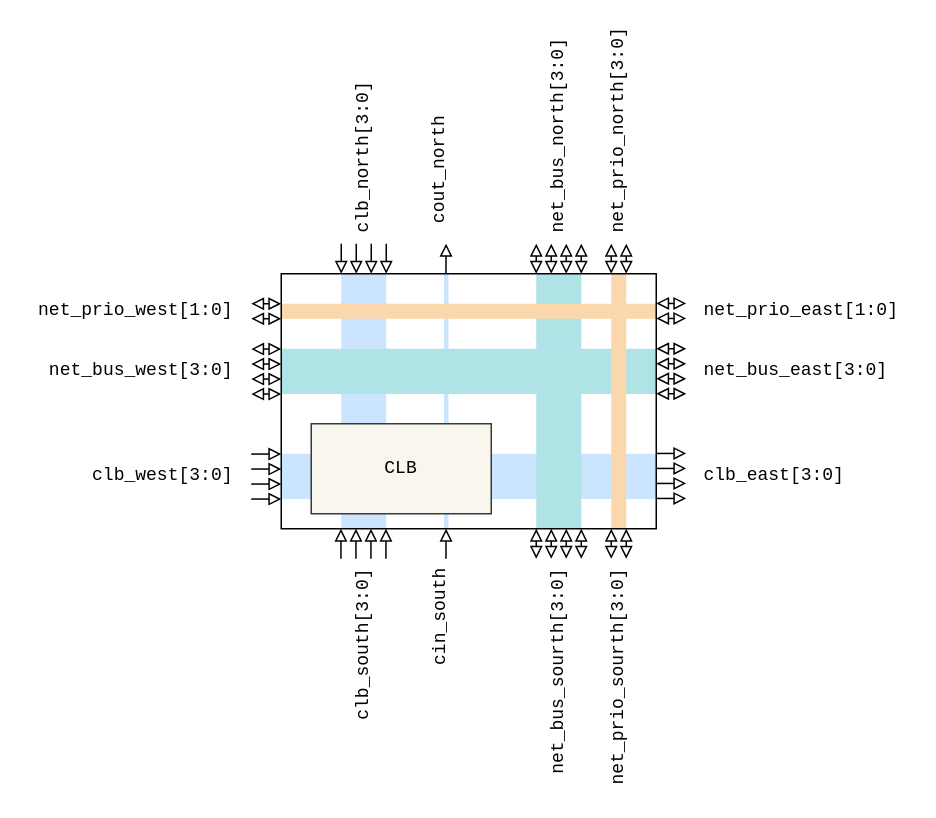
mnemocron/my-discrete-fpga keeps this draw.io diagram as architecture/slice_top_level.drawio. Above is the earlier version. Source tidied: cells renumbered, new cells numbered last; positions are measured from the earlier drawing's top-left corner, leaving out a move shared by most shapes. Both pictures are drawn from the tidied source at 150%, with x=0, y=0 at pixel (26, 116).
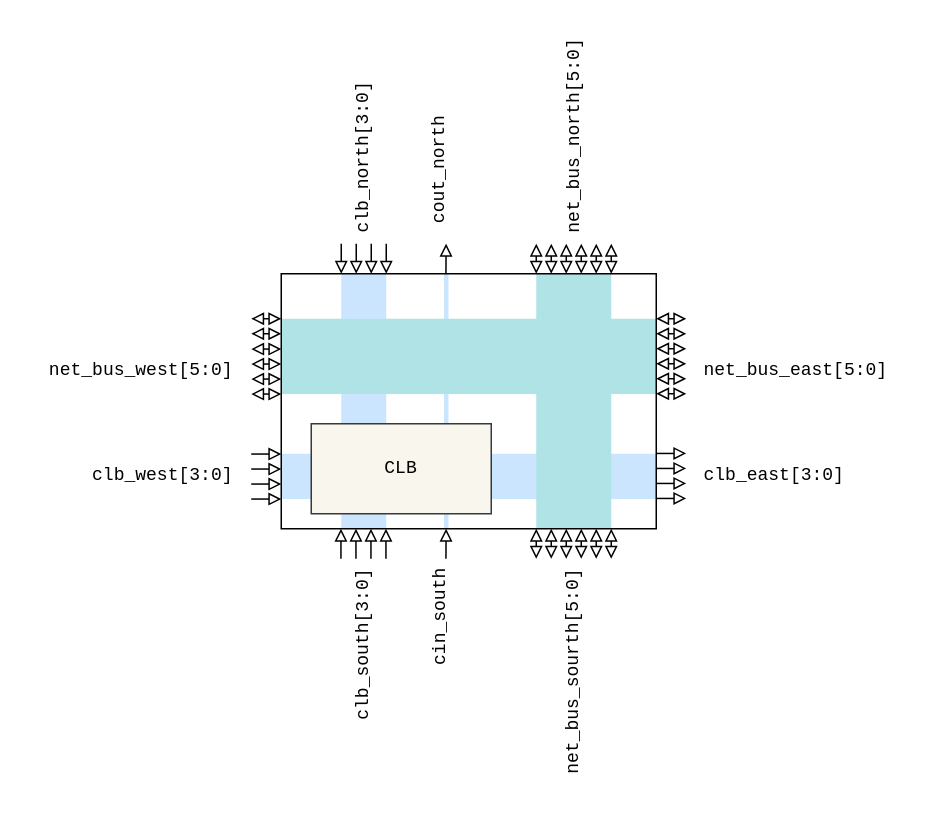
The same page after the edit.

Commit message (it also covers changes not shown here):
remove final occurrences of the word "prio"

Diff of the diagram source:
```diff
@@
     <mxCell id="12" style="endArrow=block;html=1;rounded=0;endFill=0;startArrow=block;startFill=0;" parent="1" edge="1">
       <mxGeometry relative="1" as="geometry">
-        <mxPoint x="150" y="125" as="sourcePoint" />
-        <mxPoint x="170" y="125" as="targetPoint" />
+        <mxPoint x="150" y="135" as="sourcePoint" />
+        <mxPoint x="170" y="135" as="targetPoint" />
       </mxGeometry>
     </mxCell>
     <mxCell id="13" style="endArrow=block;html=1;rounded=0;endFill=0;startArrow=block;startFill=0;" parent="1" edge="1">
       <mxGeometry relative="1" as="geometry">
-        <mxPoint x="150" y="135" as="sourcePoint" />
-        <mxPoint x="170" y="135" as="targetPoint" />
+        <mxPoint x="150" y="145" as="sourcePoint" />
+        <mxPoint x="170" y="145" as="targetPoint" />
       </mxGeometry>
     </mxCell>
-    <mxCell id="14" value="&lt;span style=&quot;&quot;&gt;net_prio_west[1:0]&lt;/span&gt;" style="rounded=0;whiteSpace=wrap;html=1;fontFamily=Courier New;align=right;fillColor=none;strokeColor=none;rotation=0;" parent="1" vertex="1">
-      <mxGeometry y="115" width="140" height="30" as="geometry" />
-    </mxCell>
@@
-    <mxCell id="19" value="&lt;span style=&quot;&quot;&gt;net_bus_west[3:0]&lt;/span&gt;" style="rounded=0;whiteSpace=wrap;html=1;fontFamily=Courier New;align=right;fillColor=none;strokeColor=none;rotation=0;" parent="1" vertex="1">
+    <mxCell id="19" value="&lt;span style=&quot;&quot;&gt;net_bus_west[5:0]&lt;/span&gt;" style="rounded=0;whiteSpace=wrap;html=1;fontFamily=Courier New;align=right;fillColor=none;strokeColor=none;rotation=0;" parent="1" vertex="1">
       <mxGeometry y="155.2" width="140" height="30" as="geometry" />
     </mxCell>
@@
     <mxCell id="32" style="endArrow=block;html=1;rounded=0;endFill=0;startArrow=block;startFill=0;" parent="1" edge="1">
       <mxGeometry relative="1" as="geometry">
-        <mxPoint x="420" y="124.8" as="sourcePoint" />
-        <mxPoint x="440" y="124.8" as="targetPoint" />
+        <mxPoint x="420" y="135" as="sourcePoint" />
+        <mxPoint x="440" y="135" as="targetPoint" />
       </mxGeometry>
     </mxCell>
     <mxCell id="33" style="endArrow=block;html=1;rounded=0;endFill=0;startArrow=block;startFill=0;" parent="1" edge="1">
       <mxGeometry relative="1" as="geometry">
-        <mxPoint x="420" y="134.8" as="sourcePoint" />
-        <mxPoint x="440" y="134.8" as="targetPoint" />
+        <mxPoint x="420" y="145" as="sourcePoint" />
+        <mxPoint x="440" y="145" as="targetPoint" />
       </mxGeometry>
     </mxCell>
@@
     <mxCell id="38" style="endArrow=block;html=1;rounded=0;endFill=0;startArrow=block;startFill=0;" parent="1" edge="1">
       <mxGeometry relative="1" as="geometry">
-        <mxPoint x="400" y="85" as="sourcePoint" />
-        <mxPoint x="400" y="105" as="targetPoint" />
+        <mxPoint x="390" y="85" as="sourcePoint" />
+        <mxPoint x="390" y="105" as="targetPoint" />
       </mxGeometry>
     </mxCell>
     <mxCell id="39" style="endArrow=block;html=1;rounded=0;endFill=0;startArrow=block;startFill=0;" parent="1" edge="1">
       <mxGeometry relative="1" as="geometry">
-        <mxPoint x="390" y="85" as="sourcePoint" />
-        <mxPoint x="390" y="105" as="targetPoint" />
+        <mxPoint x="380" y="85" as="sourcePoint" />
+        <mxPoint x="380" y="105" as="targetPoint" />
       </mxGeometry>
     </mxCell>
@@
     <mxCell id="44" style="endArrow=block;html=1;rounded=0;endFill=0;startArrow=block;startFill=0;" parent="1" edge="1">
       <mxGeometry relative="1" as="geometry">
-        <mxPoint x="400" y="275" as="sourcePoint" />
-        <mxPoint x="400" y="295" as="targetPoint" />
+        <mxPoint x="390" y="275" as="sourcePoint" />
+        <mxPoint x="390" y="295" as="targetPoint" />
       </mxGeometry>
     </mxCell>
     <mxCell id="45" style="endArrow=block;html=1;rounded=0;endFill=0;startArrow=block;startFill=0;" parent="1" edge="1">
       <mxGeometry relative="1" as="geometry">
-        <mxPoint x="390" y="275" as="sourcePoint" />
-        <mxPoint x="390" y="295" as="targetPoint" />
+        <mxPoint x="380" y="275" as="sourcePoint" />
+        <mxPoint x="380" y="295" as="targetPoint" />
       </mxGeometry>
     </mxCell>
@@
-    <mxCell id="50" value="&lt;span style=&quot;&quot;&gt;net_bus_north[3:0]&lt;br&gt;&lt;/span&gt;" style="rounded=0;whiteSpace=wrap;html=1;fontFamily=Courier New;align=left;fillColor=none;strokeColor=none;rotation=270;" parent="1" vertex="1">
-      <mxGeometry x="285" width="140" height="20" as="geometry" />
+    <mxCell id="50" value="&lt;span style=&quot;&quot;&gt;net_bus_north[5:0]&lt;br&gt;&lt;/span&gt;" style="rounded=0;whiteSpace=wrap;html=1;fontFamily=Courier New;align=left;fillColor=none;strokeColor=none;rotation=270;" parent="1" vertex="1">
+      <mxGeometry x="296.2" y="-13.8" width="140" height="47.5" as="geometry" />
     </mxCell>
-    <mxCell id="51" value="&lt;div style=&quot;&quot;&gt;&lt;span style=&quot;background-color: initial;&quot;&gt;net_bus_sourth[3:0]&lt;/span&gt;&lt;/div&gt;" style="rounded=0;whiteSpace=wrap;html=1;fontFamily=Courier New;align=right;fillColor=none;strokeColor=none;rotation=270;" parent="1" vertex="1">
-      <mxGeometry x="280" y="365" width="150" height="20" as="geometry" />
+    <mxCell id="51" value="&lt;div style=&quot;&quot;&gt;&lt;span style=&quot;background-color: initial;&quot;&gt;net_bus_sourth[5:0]&lt;/span&gt;&lt;/div&gt;" style="rounded=0;whiteSpace=wrap;html=1;fontFamily=Courier New;align=right;fillColor=none;strokeColor=none;rotation=270;" parent="1" vertex="1">
+      <mxGeometry x="290" y="355" width="150" height="40" as="geometry" />
     </mxCell>
-    <mxCell id="52" value="&lt;span style=&quot;&quot;&gt;net_prio_east[1:0]&lt;/span&gt;" style="rounded=0;whiteSpace=wrap;html=1;fontFamily=Courier New;align=left;fillColor=none;strokeColor=none;rotation=0;" parent="1" vertex="1">
-      <mxGeometry x="450" y="115" width="140" height="30" as="geometry" />
-    </mxCell>
-    <mxCell id="53" value="&lt;div style=&quot;&quot;&gt;&lt;span style=&quot;background-color: initial;&quot;&gt;net_prio_sourth[3:0]&lt;/span&gt;&lt;/div&gt;" style="rounded=0;whiteSpace=wrap;html=1;fontFamily=Courier New;align=right;fillColor=none;strokeColor=none;rotation=270;" parent="1" vertex="1">
-      <mxGeometry x="320" y="365" width="150" height="20" as="geometry" />
-    </mxCell>
-    <mxCell id="54" value="&lt;span style=&quot;&quot;&gt;net_prio_north[3:0]&lt;br&gt;&lt;/span&gt;" style="rounded=0;whiteSpace=wrap;html=1;fontFamily=Courier New;align=left;fillColor=none;strokeColor=none;rotation=270;" parent="1" vertex="1">
-      <mxGeometry x="340" y="15" width="110" height="20" as="geometry" />
-    </mxCell>
     <mxCell id="55" style="rounded=0;whiteSpace=wrap;html=1;fontFamily=Courier New;fillColor=#b0e3e6;strokeColor=none;" parent="1" vertex="1">
-      <mxGeometry x="340" y="105" width="30" height="170" as="geometry" />
+      <mxGeometry x="340" y="105" width="50" height="170" as="geometry" />
     </mxCell>
     <mxCell id="56" style="rounded=0;whiteSpace=wrap;html=1;fontFamily=Courier New;fillColor=#b0e3e6;strokeColor=none;" parent="1" vertex="1">
-      <mxGeometry x="170" y="155" width="250" height="30.2" as="geometry" />
+      <mxGeometry x="170" y="135" width="250" height="50.2" as="geometry" />
     </mxCell>
-    <mxCell id="57" style="rounded=0;whiteSpace=wrap;html=1;fontFamily=Courier New;fillColor=#fad7ac;strokeColor=none;" parent="1" vertex="1">
-      <mxGeometry x="390" y="105" width="10" height="170" as="geometry" />
-    </mxCell>
-    <mxCell id="58" style="rounded=0;whiteSpace=wrap;html=1;fontFamily=Courier New;fillColor=#fad7ac;strokeColor=none;" parent="1" vertex="1">
-      <mxGeometry x="170" y="125" width="250" height="10" as="geometry" />
-    </mxCell>
@@
-    <mxCell id="64" value="&lt;span style=&quot;&quot;&gt;net_bus_east[3:0]&lt;/span&gt;" style="rounded=0;whiteSpace=wrap;html=1;fontFamily=Courier New;align=left;fillColor=none;strokeColor=none;rotation=0;" parent="1" vertex="1">
+    <mxCell id="64" value="&lt;span style=&quot;&quot;&gt;net_bus_east[5:0]&lt;/span&gt;" style="rounded=0;whiteSpace=wrap;html=1;fontFamily=Courier New;align=left;fillColor=none;strokeColor=none;rotation=0;" parent="1" vertex="1">
       <mxGeometry x="450" y="155" width="140" height="30" as="geometry" />
     </mxCell>
```
